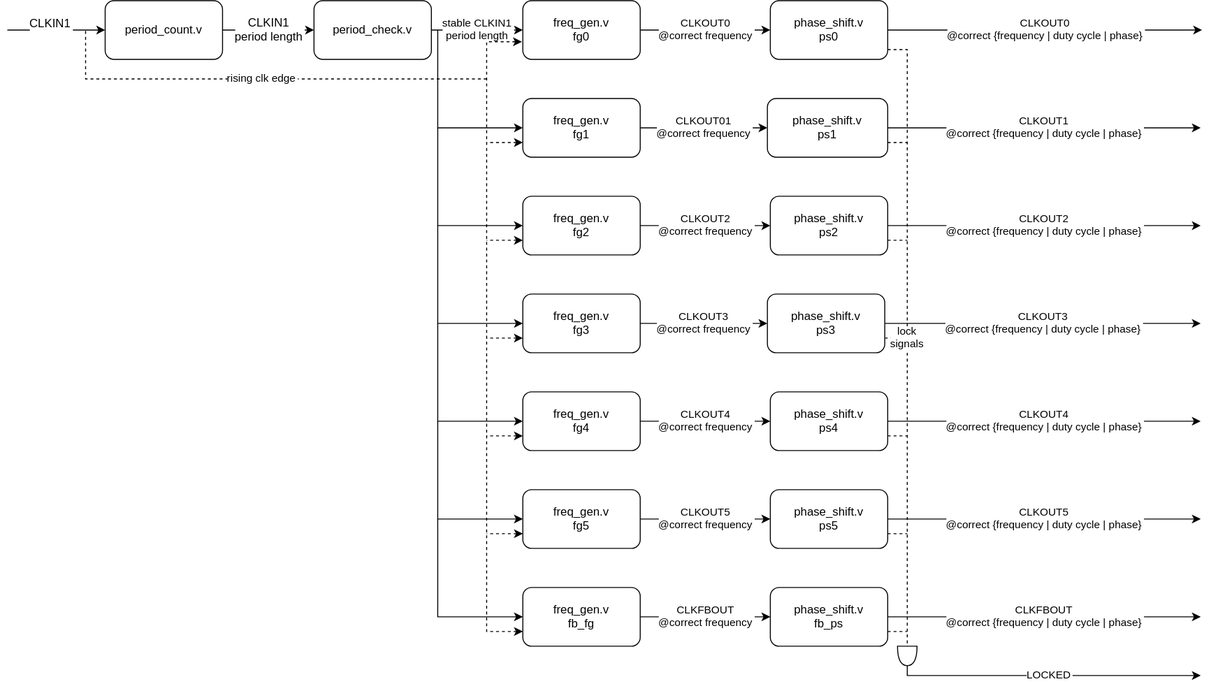
Before: arch.svg, a diagram exported from draw.io (nmi-leipzig/sim-x-pll). Source tidied: cells renumbered, new cells last; positions are measured from the earlier drawing's top-left corner, leaving out a move shared by most shapes.
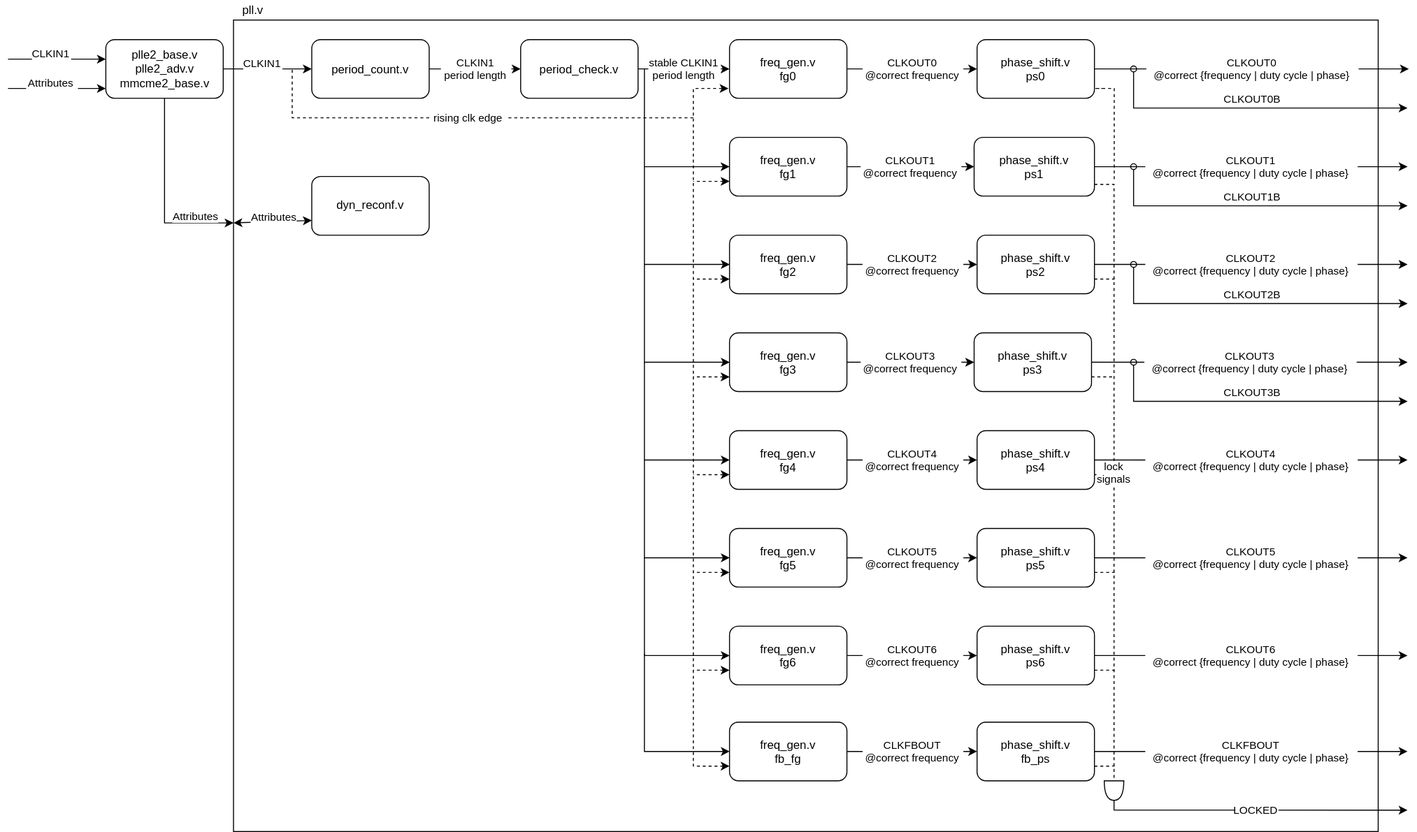
The same file after the commit.

Commit message:
[FIX] updated architecture diagram

What changed in the source:
```diff
@@ -2,6 +2,9 @@
   <root>
     <mxCell id="0" />
     <mxCell id="1" parent="0" />
+    <mxCell id="59" style="rounded=0;whiteSpace=wrap;html=1;labelBackgroundColor=none;fillColor=none;" parent="1" vertex="1">
+      <mxGeometry x="20" y="-20" width="1170" height="830" as="geometry" />
+    </mxCell>
     <mxCell id="2" style="edgeStyle=orthogonalEdgeStyle;rounded=0;jettySize=auto;" parent="1" edge="1" source="4" target="6">
       <mxGeometry relative="1" as="geometry">
         <Array as="points">
@@ -10,7 +13,7 @@
         </Array>
       </mxGeometry>
     </mxCell>
-    <mxCell id="3" value="CLKIN1&#10;period length" style="text;align=center;verticalAlign=middle;labelBackgroundColor=#ffffff;" parent="2" vertex="1">
+    <mxCell id="3" value="CLKIN1&#10;period length" style="text;align=center;verticalAlign=middle;labelBackgroundColor=#ffffff;fontSize=11;" parent="2" vertex="1">
       <mxGeometry x="0.01" y="-13" relative="1" as="geometry">
         <mxPoint y="-13.5" as="offset" />
       </mxGeometry>
@@ -38,12 +41,10 @@
     <mxCell id="10" value="phase_shift.v&#10;ps0" style="rounded=1;" parent="1" vertex="1">
       <mxGeometry x="780" width="120" height="60" as="geometry" />
     </mxCell>
-    <mxCell id="11" style="endArrow=classic;entryX=0;entryY=0.5;entryDx=0;entryDy=0;" parent="1" edge="1" target="4">
-      <mxGeometry relative="1" as="geometry">
-        <mxPoint y="30" as="sourcePoint" />
-      </mxGeometry>
+    <mxCell id="11" style="endArrow=classic;entryX=0;entryY=0.5;entryDx=0;entryDy=0;exitX=1;exitY=0.5;exitDx=0;exitDy=0;" parent="1" edge="1" source="61" target="4">
+      <mxGeometry relative="1" as="geometry" />
     </mxCell>
-    <mxCell id="12" value="CLKIN1&#10;" style="text;align=center;verticalAlign=middle;labelBackgroundColor=#ffffff;" parent="11" vertex="1">
+    <mxCell id="12" value="CLKIN1&#10;" style="text;align=center;verticalAlign=middle;labelBackgroundColor=#ffffff;fontSize=11;" parent="11" vertex="1">
       <mxGeometry x="-0.33" relative="1" as="geometry">
         <mxPoint x="9.5" as="offset" />
       </mxGeometry>
@@ -144,7 +145,7 @@
     <mxCell id="36" value="phase_shift.v&#10;ps2" style="rounded=1;" parent="1" vertex="1">
       <mxGeometry x="780" y="200" width="120" height="60" as="geometry" />
     </mxCell>
-    <mxCell id="37" value="CLKOUT01&#10;@correct frequency" style="edgeStyle=orthogonalEdgeStyle;rounded=0;jettySize=auto;" parent="1" edge="1" source="39" target="42">
+    <mxCell id="37" value="CLKOUT1&#10;@correct frequency" style="edgeStyle=orthogonalEdgeStyle;rounded=0;jettySize=auto;" parent="1" edge="1" source="39" target="42">
       <mxGeometry relative="1" as="geometry" />
     </mxCell>
     <mxCell id="38" style="edgeStyle=orthogonalEdgeStyle;rounded=0;jettySize=auto;exitX=0;exitY=0.75;exitDx=0;exitDy=0;dashed=1;startArrow=classic;startFill=1;endArrow=none;endFill=0;" parent="1" edge="1" source="39">
@@ -160,9 +161,14 @@
         <mxPoint x="1220" y="130" as="targetPoint" />
       </mxGeometry>
     </mxCell>
-    <mxCell id="41" style="edgeStyle=orthogonalEdgeStyle;rounded=0;jettySize=auto;exitX=1;exitY=0.75;exitDx=0;exitDy=0;dashed=1;endArrow=none;endFill=0;" parent="1" edge="1" source="42">
+    <mxCell id="41" style="edgeStyle=orthogonalEdgeStyle;rounded=0;orthogonalLoop=1;jettySize=auto;dashed=1;endArrow=none;endFill=0;" parent="1" edge="1">
       <mxGeometry relative="1" as="geometry">
+        <mxPoint x="910" y="50" as="sourcePoint" />
         <mxPoint x="920.2" y="145.2" as="targetPoint" />
+        <Array as="points">
+          <mxPoint x="900" y="50" />
+          <mxPoint x="920" y="50" />
+        </Array>
       </mxGeometry>
     </mxCell>
     <mxCell id="42" value="phase_shift.v&#10;ps1" style="rounded=1;" parent="1" vertex="1">
@@ -172,20 +178,20 @@
       <mxGeometry relative="1" as="geometry" />
     </mxCell>
     <mxCell id="44" value="freq_gen.v&#10;fb_fg" style="rounded=1;" parent="1" vertex="1">
-      <mxGeometry x="527" y="600" width="120" height="60" as="geometry" />
+      <mxGeometry x="527" y="698.1" width="120" height="60" as="geometry" />
     </mxCell>
     <mxCell id="45" value="CLKFBOUT&#10;@correct {frequency | duty cycle | phase}" style="edgeStyle=orthogonalEdgeStyle;rounded=0;jettySize=auto;" parent="1" edge="1" source="47">
       <mxGeometry relative="1" as="geometry">
-        <mxPoint x="1220" y="630" as="targetPoint" />
+        <mxPoint x="1220" y="728.1" as="targetPoint" />
       </mxGeometry>
     </mxCell>
     <mxCell id="46" style="edgeStyle=orthogonalEdgeStyle;rounded=0;jettySize=auto;exitX=1;exitY=0.75;exitDx=0;exitDy=0;dashed=1;endArrow=none;endFill=0;" parent="1" edge="1" source="47">
       <mxGeometry relative="1" as="geometry">
-        <mxPoint x="920.2" y="645.2" as="targetPoint" />
+        <mxPoint x="920.2" y="743.3" as="targetPoint" />
       </mxGeometry>
     </mxCell>
     <mxCell id="47" value="phase_shift.v&#10;fb_ps" style="rounded=1;" parent="1" vertex="1">
-      <mxGeometry x="780" y="600" width="120" height="60" as="geometry" />
+      <mxGeometry x="780" y="698.1" width="120" height="60" as="geometry" />
     </mxCell>
     <mxCell id="48" style="endArrow=classic;endFill=1;edgeStyle=orthogonalEdgeStyle;entryX=0;entryY=0.5;entryDx=0;entryDy=0;rounded=0;" parent="1" edge="1" target="39">
       <mxGeometry relative="1" as="geometry">
@@ -233,32 +239,32 @@
     </mxCell>
     <mxCell id="53" style="endArrow=classic;endFill=1;edgeStyle=orthogonalEdgeStyle;entryX=0;entryY=0.5;entryDx=0;entryDy=0;rounded=0;" parent="1" edge="1">
       <mxGeometry relative="1" as="geometry">
-        <mxPoint x="440" y="530" as="sourcePoint" />
-        <mxPoint x="527.2" y="630" as="targetPoint" />
+        <mxPoint x="440" y="628.1" as="sourcePoint" />
+        <mxPoint x="527.2" y="728.1" as="targetPoint" />
         <Array as="points">
-          <mxPoint x="440" y="630" />
+          <mxPoint x="440" y="728.1" />
         </Array>
       </mxGeometry>
     </mxCell>
     <mxCell id="54" value="lock&#10;signals" style="endArrow=none;dashed=1;rounded=0;edgeStyle=orthogonalEdgeStyle;" parent="1" edge="1">
       <mxGeometry relative="1" as="geometry">
-        <mxPoint x="900" y="50" as="sourcePoint" />
-        <mxPoint x="920" y="660" as="targetPoint" />
+        <mxPoint x="900" y="148.1" as="sourcePoint" />
+        <mxPoint x="920" y="758.1" as="targetPoint" />
         <Array as="points">
-          <mxPoint x="920" y="50" />
-          <mxPoint x="920" y="660" />
+          <mxPoint x="920" y="148.1" />
+          <mxPoint x="920" y="758.1" />
         </Array>
       </mxGeometry>
     </mxCell>
     <mxCell id="55" style="shape=or;whiteSpace=wrap;rounded=0;shadow=0;glass=0;comic=0;fillColor=none;rotation=90;" parent="1" vertex="1">
-      <mxGeometry x="910" y="660" width="20" height="20" as="geometry" />
+      <mxGeometry x="910" y="758.1" width="20" height="20" as="geometry" />
     </mxCell>
     <mxCell id="56" value="LOCKED" style="endArrow=classic;rounded=0;exitX=1;exitY=0.5;exitDx=0;exitDy=0;exitPerimeter=0;edgeStyle=orthogonalEdgeStyle;" parent="1" edge="1" source="55">
       <mxGeometry relative="1" as="geometry">
-        <mxPoint x="1220" y="690" as="targetPoint" />
+        <mxPoint x="1220" y="788.1" as="targetPoint" />
         <Array as="points">
-          <mxPoint x="920" y="690" />
-          <mxPoint x="1220" y="690" />
+          <mxPoint x="920" y="788.1" />
+          <mxPoint x="1220" y="788.1" />
         </Array>
       </mxGeometry>
     </mxCell>
@@ -268,13 +274,150 @@
         <mxPoint x="80" y="30" as="targetPoint" />
       </mxGeometry>
     </mxCell>
-    <mxCell id="58" style="endArrow=classic;dashed=1;entryX=-0.006;entryY=0.698;entryDx=0;entryDy=0;entryPerimeter=0;edgeStyle=orthogonalEdgeStyle;rounded=0;exitX=0;exitY=0.75;exitDx=0;exitDy=0;startArrow=classic;startFill=1;endFill=1;" parent="1" edge="1" source="44" target="8">
+    <mxCell id="58" style="endArrow=classic;dashed=1;edgeStyle=orthogonalEdgeStyle;rounded=0;exitX=0;exitY=0.75;exitDx=0;exitDy=0;startArrow=classic;startFill=1;endFill=1;" parent="1" edge="1" source="44">
       <mxGeometry relative="1" as="geometry">
+        <mxPoint x="526" y="50" as="targetPoint" />
         <Array as="points">
-          <mxPoint x="490" y="645" />
-          <mxPoint x="490" y="42" />
+          <mxPoint x="490" y="743" />
+          <mxPoint x="490" y="50" />
         </Array>
       </mxGeometry>
     </mxCell>
+    <mxCell id="60" value="dyn_reconf.v" style="rounded=1;whiteSpace=wrap;html=1;" parent="1" vertex="1">
+      <mxGeometry x="100" y="140" width="120" height="60" as="geometry" />
+    </mxCell>
+    <mxCell id="61" value="plle2_base.v plle2_adv.v&lt;br&gt;mmcme2_base.v" style="rounded=1;whiteSpace=wrap;html=1;" parent="1" vertex="1">
+      <mxGeometry x="-110.5" width="120" height="60" as="geometry" />
+    </mxCell>
+    <mxCell id="62" style="endArrow=classic;entryX=0;entryY=0.5;entryDx=0;entryDy=0;" parent="1" edge="1">
+      <mxGeometry relative="1" as="geometry">
+        <mxPoint x="-210.5" y="20" as="sourcePoint" />
+        <mxPoint x="-110.5" y="20" as="targetPoint" />
+      </mxGeometry>
+    </mxCell>
+    <mxCell id="63" value="CLKIN1&#10;" style="text;align=center;verticalAlign=middle;labelBackgroundColor=#ffffff;fontSize=11;" parent="62" vertex="1">
+      <mxGeometry x="-0.33" relative="1" as="geometry">
+        <mxPoint x="9.5" as="offset" />
+      </mxGeometry>
+    </mxCell>
+    <mxCell id="64" style="endArrow=classic;entryX=0;entryY=0.5;entryDx=0;entryDy=0;" parent="1" edge="1">
+      <mxGeometry relative="1" as="geometry">
+        <mxPoint x="-210.5" y="50" as="sourcePoint" />
+        <mxPoint x="-110.5" y="50" as="targetPoint" />
+      </mxGeometry>
+    </mxCell>
+    <mxCell id="65" value="Attributes&#10;" style="text;align=center;verticalAlign=middle;labelBackgroundColor=#ffffff;fontSize=11;" parent="64" vertex="1">
+      <mxGeometry x="-0.33" relative="1" as="geometry">
+        <mxPoint x="9.5" as="offset" />
+      </mxGeometry>
+    </mxCell>
+    <mxCell id="66" value="pll.v" style="text;html=1;strokeColor=none;fillColor=none;align=center;verticalAlign=middle;whiteSpace=wrap;rounded=0;labelBackgroundColor=none;" parent="1" vertex="1">
+      <mxGeometry x="20" y="-40" width="40" height="20" as="geometry" />
+    </mxCell>
+    <mxCell id="67" style="endArrow=classic;startArrow=classic;html=1;exitX=0;exitY=0.25;exitDx=0;exitDy=0;entryX=0;entryY=0.75;entryDx=0;entryDy=0;" parent="1" edge="1" source="59" target="60">
+      <mxGeometry relative="1" as="geometry" />
+    </mxCell>
+    <mxCell id="68" value="Attributes" style="text;html=1;align=center;verticalAlign=middle;labelBackgroundColor=#ffffff;fontSize=11;" parent="67" vertex="1">
+      <mxGeometry x="-0.33" y="-1" relative="1" as="geometry">
+        <mxPoint x="13" y="-6" as="offset" />
+      </mxGeometry>
+    </mxCell>
+    <mxCell id="69" style="endArrow=classic;html=1;exitX=0.5;exitY=1;exitDx=0;exitDy=0;entryX=0;entryY=0.25;entryDx=0;entryDy=0;edgeStyle=orthogonalEdgeStyle;rounded=0;" parent="1" edge="1" source="61" target="59">
+      <mxGeometry relative="1" as="geometry" />
+    </mxCell>
+    <mxCell id="70" value="Attributes" style="text;html=1;align=center;verticalAlign=middle;labelBackgroundColor=#ffffff;fontSize=11;" parent="69" vertex="1">
+      <mxGeometry x="0.15" y="10" relative="1" as="geometry">
+        <mxPoint x="20.5" y="6" as="offset" />
+      </mxGeometry>
+    </mxCell>
+    <mxCell id="71" value="CLKOUT6&#10;@correct frequency" style="edgeStyle=orthogonalEdgeStyle;rounded=0;jettySize=auto;" parent="1" edge="1" source="73" target="76">
+      <mxGeometry relative="1" as="geometry" />
+    </mxCell>
+    <mxCell id="72" style="edgeStyle=orthogonalEdgeStyle;rounded=0;jettySize=auto;exitX=0;exitY=0.75;exitDx=0;exitDy=0;startArrow=classic;startFill=1;endArrow=none;endFill=0;dashed=1;" parent="1" edge="1" source="73">
+      <mxGeometry relative="1" as="geometry">
+        <mxPoint x="490.3" y="645.3" as="targetPoint" />
+      </mxGeometry>
+    </mxCell>
+    <mxCell id="73" value="freq_gen.v&#10;fg6" style="rounded=1;" parent="1" vertex="1">
+      <mxGeometry x="527" y="600" width="120" height="60" as="geometry" />
+    </mxCell>
+    <mxCell id="74" value="CLKOUT6&#10;@correct {frequency | duty cycle | phase}" style="edgeStyle=orthogonalEdgeStyle;rounded=0;jettySize=auto;" parent="1" edge="1" source="76">
+      <mxGeometry relative="1" as="geometry">
+        <mxPoint x="1220" y="630" as="targetPoint" />
+      </mxGeometry>
+    </mxCell>
+    <mxCell id="75" style="edgeStyle=orthogonalEdgeStyle;rounded=0;jettySize=auto;exitX=1;exitY=0.75;exitDx=0;exitDy=0;dashed=1;endArrow=none;endFill=0;" parent="1" edge="1" source="76">
+      <mxGeometry relative="1" as="geometry">
+        <mxPoint x="920.2" y="645.2" as="targetPoint" />
+      </mxGeometry>
+    </mxCell>
+    <mxCell id="76" value="phase_shift.v&#10;ps6" style="rounded=1;" parent="1" vertex="1">
+      <mxGeometry x="780" y="600" width="120" height="60" as="geometry" />
+    </mxCell>
+    <mxCell id="77" style="endArrow=classic;endFill=1;edgeStyle=orthogonalEdgeStyle;entryX=0;entryY=0.5;entryDx=0;entryDy=0;rounded=0;" parent="1" edge="1">
+      <mxGeometry relative="1" as="geometry">
+        <mxPoint x="440" y="530" as="sourcePoint" />
+        <mxPoint x="527.2" y="630" as="targetPoint" />
+        <Array as="points">
+          <mxPoint x="440" y="630" />
+        </Array>
+      </mxGeometry>
+    </mxCell>
+    <mxCell id="78" style="endArrow=classic;html=1;edgeStyle=elbowEdgeStyle;rounded=0;startArrow=oval;startFill=0;" parent="1" edge="1">
+      <mxGeometry relative="1" as="geometry">
+        <mxPoint x="940" y="30" as="sourcePoint" />
+        <mxPoint x="1220" y="70" as="targetPoint" />
+        <Array as="points">
+          <mxPoint x="940" y="60" />
+        </Array>
+      </mxGeometry>
+    </mxCell>
+    <mxCell id="79" value="CLKOUT0B" style="text;html=1;align=center;verticalAlign=middle;labelBackgroundColor=#ffffff;fontSize=11;" parent="78" vertex="1">
+      <mxGeometry x="0.16" y="-4" relative="1" as="geometry">
+        <mxPoint x="-26" y="-14" as="offset" />
+      </mxGeometry>
+    </mxCell>
+    <mxCell id="80" style="endArrow=classic;html=1;edgeStyle=elbowEdgeStyle;rounded=0;startArrow=oval;startFill=0;" parent="1" edge="1">
+      <mxGeometry relative="1" as="geometry">
+        <mxPoint x="940" y="130" as="sourcePoint" />
+        <mxPoint x="1220" y="170" as="targetPoint" />
+        <Array as="points">
+          <mxPoint x="940" y="160" />
+        </Array>
+      </mxGeometry>
+    </mxCell>
+    <mxCell id="81" value="CLKOUT1B" style="text;html=1;align=center;verticalAlign=middle;labelBackgroundColor=#ffffff;fontSize=11;" parent="80" vertex="1">
+      <mxGeometry x="0.16" y="-4" relative="1" as="geometry">
+        <mxPoint x="-26" y="-14" as="offset" />
+      </mxGeometry>
+    </mxCell>
+    <mxCell id="82" style="endArrow=classic;html=1;edgeStyle=elbowEdgeStyle;rounded=0;startArrow=oval;startFill=0;" parent="1" edge="1">
+      <mxGeometry relative="1" as="geometry">
+        <mxPoint x="940" y="230" as="sourcePoint" />
+        <mxPoint x="1220" y="270" as="targetPoint" />
+        <Array as="points">
+          <mxPoint x="940" y="260" />
+        </Array>
+      </mxGeometry>
+    </mxCell>
+    <mxCell id="83" value="CLKOUT2B" style="text;html=1;align=center;verticalAlign=middle;labelBackgroundColor=#ffffff;fontSize=11;" parent="82" vertex="1">
+      <mxGeometry x="0.16" y="-4" relative="1" as="geometry">
+        <mxPoint x="-26" y="-14" as="offset" />
+      </mxGeometry>
+    </mxCell>
+    <mxCell id="84" style="endArrow=classic;html=1;edgeStyle=elbowEdgeStyle;rounded=0;startArrow=oval;startFill=0;" parent="1" edge="1">
+      <mxGeometry relative="1" as="geometry">
+        <mxPoint x="940" y="330" as="sourcePoint" />
+        <mxPoint x="1220" y="370" as="targetPoint" />
+        <Array as="points">
+          <mxPoint x="940" y="360" />
+        </Array>
+      </mxGeometry>
+    </mxCell>
+    <mxCell id="85" value="CLKOUT3B" style="text;html=1;align=center;verticalAlign=middle;labelBackgroundColor=#ffffff;fontSize=11;" parent="84" vertex="1">
+      <mxGeometry x="0.16" y="-4" relative="1" as="geometry">
+        <mxPoint x="-26" y="-14" as="offset" />
+      </mxGeometry>
+    </mxCell>
   </root>
 </mxGraphModel>
```
